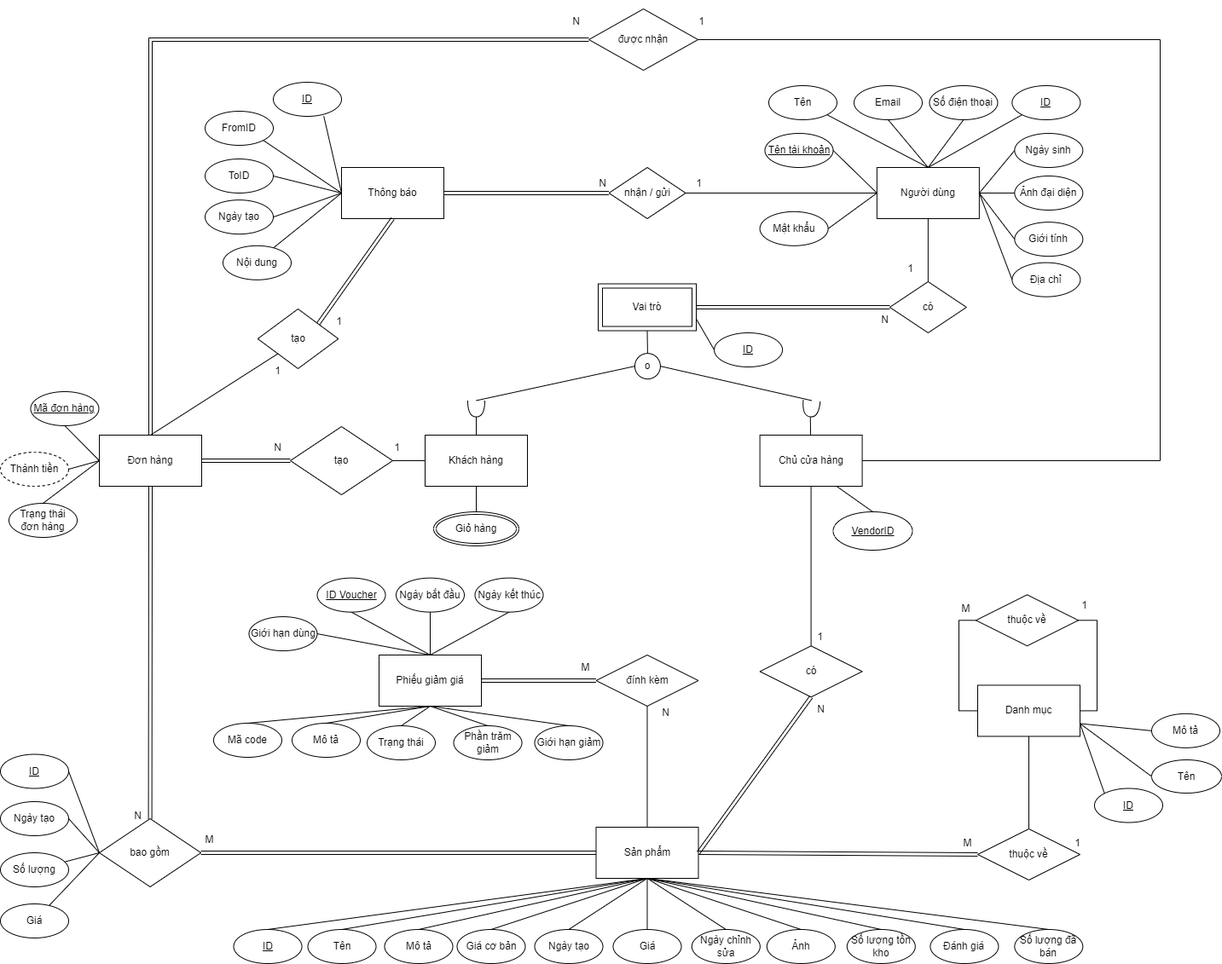
The draw.io diagram Images/ERD.png in VnRoadSide/Report, before a commit. Source tidied: cells renumbered, new cells last; positions are measured from the earlier drawing's top-left corner, leaving out a move shared by most shapes.
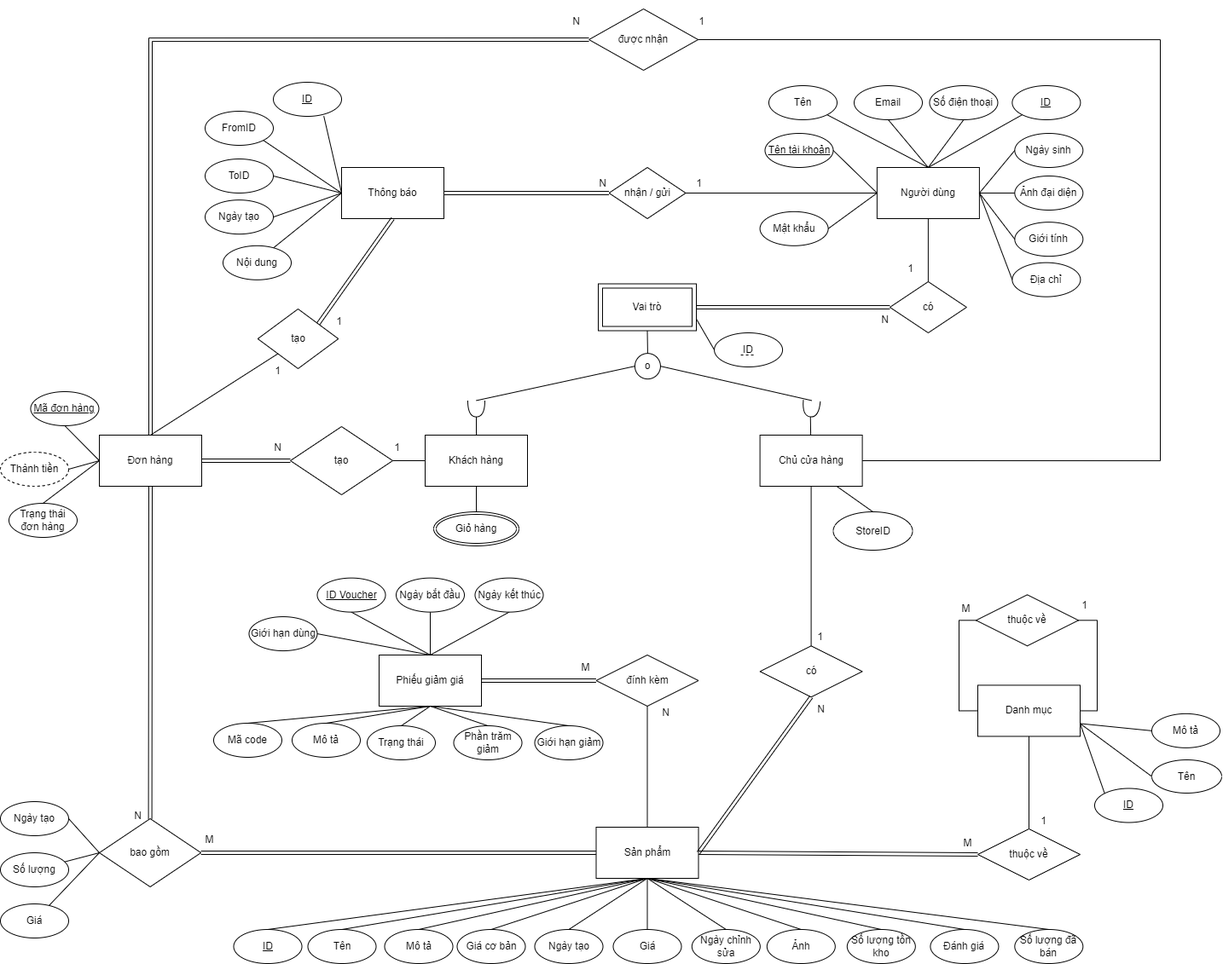
Later version of the same file.

What changed in the source:
```diff
@@ -230,9 +230,6 @@
     <mxCell id="77" value="M" style="text;html=1;align=center;verticalAlign=middle;strokeColor=none;fillColor=none;" parent="75" vertex="1">
       <mxGeometry y="4" width="28" height="26" as="geometry" />
     </mxCell>
-    <mxCell id="78" value="1" style="text;html=1;align=center;verticalAlign=middle;strokeColor=none;fillColor=none;" parent="75" vertex="1">
-      <mxGeometry x="130" y="4" width="25" height="26" as="geometry" />
-    </mxCell>
     <mxCell id="79" style="endArrow=none;html=1;rounded=0;exitX=0;exitY=0.5;exitDx=0;exitDy=0;entryX=1;entryY=0.5;entryDx=0;entryDy=0;shape=link;" parent="1" edge="1" source="80" target="82">
       <mxGeometry relative="1" as="geometry" />
     </mxCell>
@@ -362,7 +359,7 @@
     <mxCell id="118" style="endArrow=none;html=1;rounded=0;entryX=0.5;entryY=0;entryDx=0;entryDy=0;exitX=0;exitY=0.5;exitDx=0;exitDy=0;" parent="1" edge="1" source="56" target="117">
       <mxGeometry relative="1" as="geometry" />
     </mxCell>
-    <mxCell id="119" value="&lt;u&gt;VendorID&lt;/u&gt;" style="ellipse;whiteSpace=wrap;html=1;" parent="1" vertex="1">
+    <mxCell id="119" value="&lt;span&gt;StoreID&lt;/span&gt;" style="ellipse;whiteSpace=wrap;html=1;fontStyle=0;" parent="1" vertex="1">
       <mxGeometry x="976.5" y="600" width="93" height="45" as="geometry" />
     </mxCell>
     <mxCell id="120" style="endArrow=none;html=1;rounded=0;entryX=0.75;entryY=1;entryDx=0;entryDy=0;exitX=0.5;exitY=0;exitDx=0;exitDy=0;" parent="1" edge="1" source="119" target="14">
@@ -422,7 +419,7 @@
     <mxCell id="138" style="edgeStyle=none;rounded=0;jettySize=auto;html=1;endArrow=none;endFill=0;startArrow=none;entryX=0.5;entryY=1;entryDx=0;entryDy=0;exitX=0.5;exitY=0;exitDx=0;exitDy=0;" parent="1" edge="1" source="24" target="137">
       <mxGeometry relative="1" as="geometry" />
     </mxCell>
-    <mxCell id="139" value="&lt;u&gt;ID&lt;/u&gt;" style="ellipse;whiteSpace=wrap;html=1;" parent="1" vertex="1">
+    <mxCell id="139" value="&lt;span&gt;ID&lt;/span&gt;" style="ellipse;whiteSpace=wrap;html=1;fontStyle=0;" parent="1" vertex="1">
       <mxGeometry x="837.1" y="390" width="80" height="40" as="geometry" />
     </mxCell>
     <mxCell id="140" style="endArrow=none;html=1;rounded=0;entryX=1;entryY=0.75;entryDx=0;entryDy=0;exitX=0;exitY=0.5;exitDx=0;exitDy=0;" parent="1" edge="1" source="139" target="137">
@@ -524,11 +521,14 @@
     <mxCell id="172" value="Giá" style="ellipse;whiteSpace=wrap;html=1;" parent="1" vertex="1">
       <mxGeometry y="1060" width="80" height="40" as="geometry" />
     </mxCell>
-    <mxCell id="173" value="&lt;u&gt;ID&lt;/u&gt;" style="ellipse;whiteSpace=wrap;html=1;" parent="1" vertex="1">
-      <mxGeometry y="884.5" width="80" height="40" as="geometry" />
-    </mxCell>
-    <mxCell id="174" style="rounded=0;jettySize=auto;html=1;endArrow=none;endFill=0;exitX=1;exitY=0.5;exitDx=0;exitDy=0;entryX=0;entryY=0.5;entryDx=0;entryDy=0;" parent="1" edge="1" source="173" target="70">
-      <mxGeometry relative="1" as="geometry" />
-    </mxCell>
+    <mxCell id="175" style="endArrow=none;dashed=1;html=1;rounded=0;" parent="1" edge="1">
+      <mxGeometry relative="1" as="geometry">
+        <mxPoint x="868.1" y="416" as="sourcePoint" />
+        <mxPoint x="886" y="416" as="targetPoint" />
+      </mxGeometry>
+    </mxCell>
+    <mxCell id="78" value="1" style="text;html=1;align=center;verticalAlign=middle;strokeColor=none;fillColor=none;" parent="1" vertex="1">
+      <mxGeometry x="1210" y="950" width="25" height="26" as="geometry" />
+    </mxCell>
   </root>
 </mxGraphModel>
```
